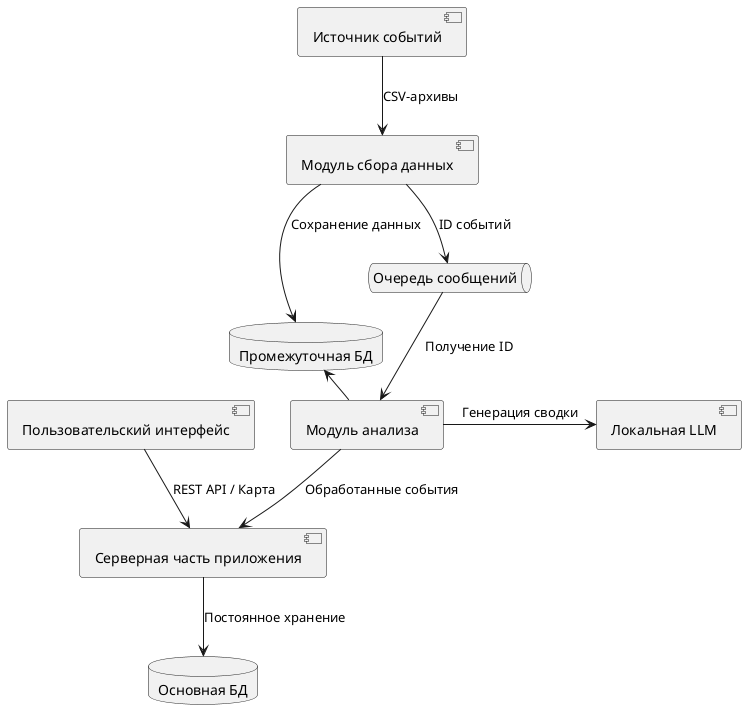
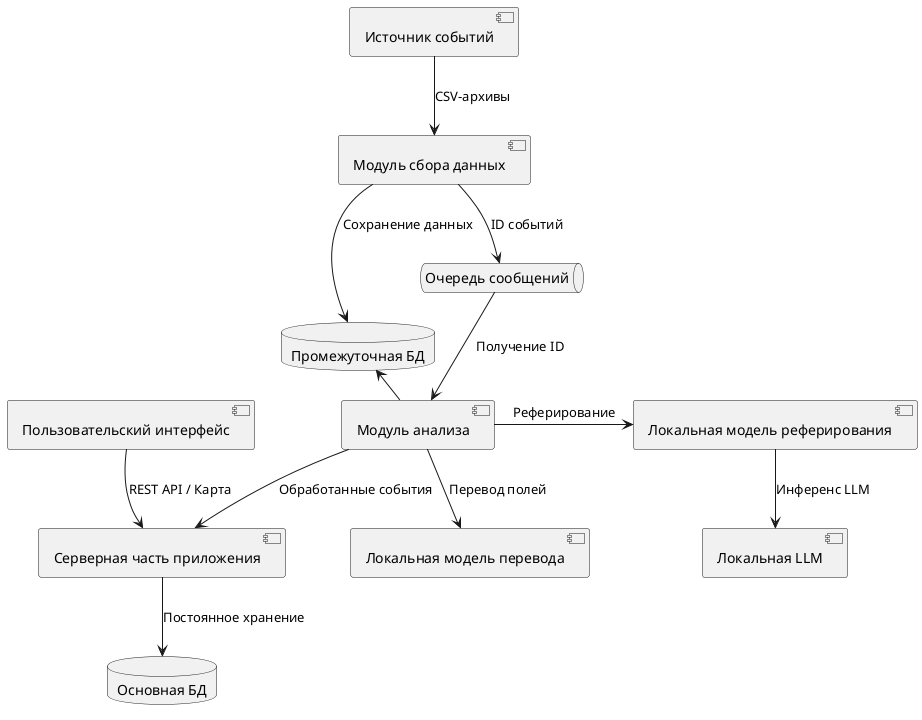
@startuml components_diagramm
top to bottom direction
skinparam defaultTextAlignment center
skinparam componentStyle uml2

' Источники и сбор (Верхний уровень)
[Источник событий] as GDELT
[Модуль сбора данных] as Fetcher
database "Промежуточная БД" as SDB

' Очередь и логика (Средний уровень)
queue "Очередь сообщений" as RMQ
[Модуль анализа] as Analyzer
[Локальная LLM] as Ollama
+ [Локальная модель перевода] as Translator
+ [Локальная модель реферирования] as Summarizer

' Хранение и UI (Нижний уровень)
[Серверная часть приложения] as Core
database "Основная БД" as CDB
[Пользовательский интерфейс] as Web

' --- СВЯЗИ ---

' 1. Сбор данных
GDELT --> Fetcher : CSV-архивы
Fetcher --> SDB : Сохранение данных
Fetcher --> RMQ : ID событий

' 2. Анализ данных
RMQ --> Analyzer : Получение ID
Analyzer -left-> SDB : Чтение данных
- Analyzer -right-> Ollama : Генерация сводки
+ Analyzer --> Translator : Перевод полей
+ Analyzer -right-> Summarizer : Реферирование
+ Summarizer --> Ollama : Инференс LLM
Analyzer --> Core : Обработанные события

' 3. Хранение и отображение
Core --> CDB : Постоянное хранение
Web --> Core : REST API / Карта

@enduml